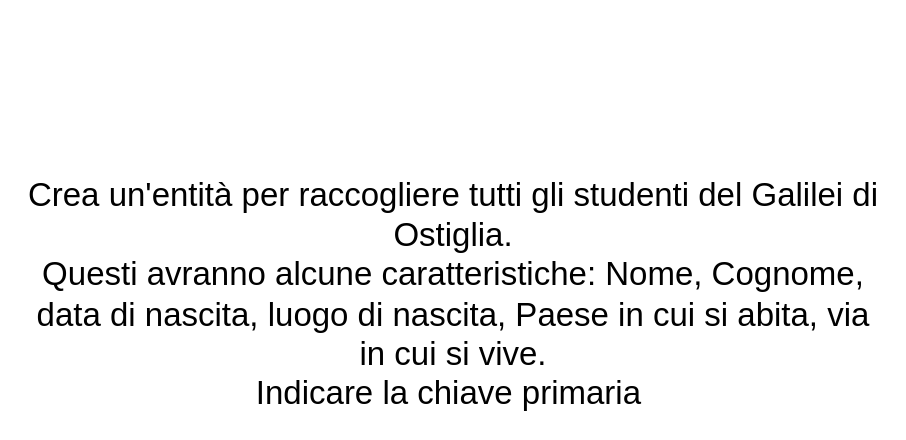
Above: AS_2024_2025/5IA_Informatica/Lezioni/UD_2/Esercizi_ER/Entità1.drawio in FrancescoGobbi/Didattica_GalileoGalilei_Ostiglia (draw.io), before the change. Source tidied: cells renumbered, new cells numbered last; positions are measured from the earlier drawing's top-left corner, leaving out a move shared by most shapes. Both pictures are drawn from the tidied source at 150%, with x=0, y=0 at pixel (26, 272).
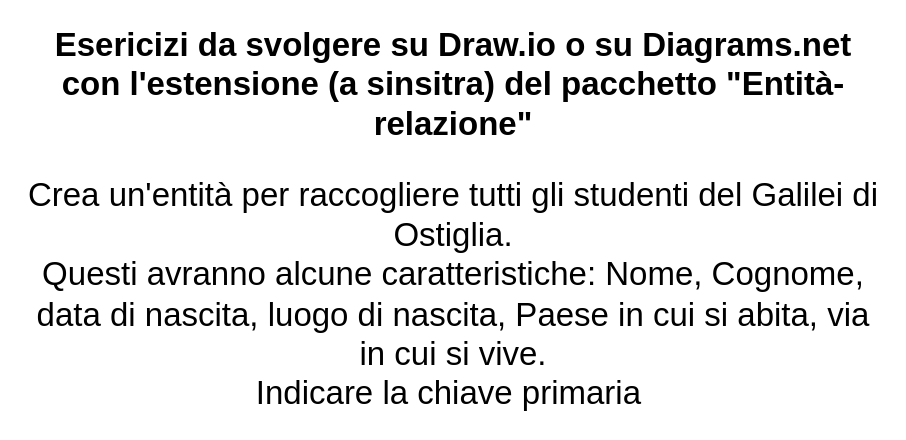
The same diagram, later.

Diff of the diagram source:
```diff
@@
 <mxGraphModel>
   <root>
     <mxCell id="0" />
     <mxCell id="1" parent="0" />
     <mxCell id="2" value="Crea un'entità per raccogliere tutti gli studenti del Galilei di Ostiglia.&lt;br style=&quot;font-size: 22px;&quot;&gt;Questi avranno alcune caratteristiche: Nome, Cognome, data di nascita, luogo di nascita, Paese in cui si abita, via in cui si vive.&lt;br&gt;Indicare la chiave primaria&amp;nbsp;" style="text;html=1;strokeColor=none;fillColor=none;align=center;verticalAlign=middle;whiteSpace=wrap;rounded=0;fontSize=22;" parent="1" vertex="1">
       <mxGeometry width="570" height="30" as="geometry" />
     </mxCell>
+    <mxCell id="3" value="Esericizi da svolgere su Draw.io o su Diagrams.net con l'estensione (a sinsitra) del pacchetto &quot;Entità-relazione&quot;" style="text;html=1;strokeColor=none;fillColor=none;align=center;verticalAlign=middle;whiteSpace=wrap;rounded=0;fontSize=22;fontStyle=1;" parent="1" vertex="1">
+      <mxGeometry y="-140" width="570" height="30" as="geometry" />
+    </mxCell>
   </root>
 </mxGraphModel>
```
